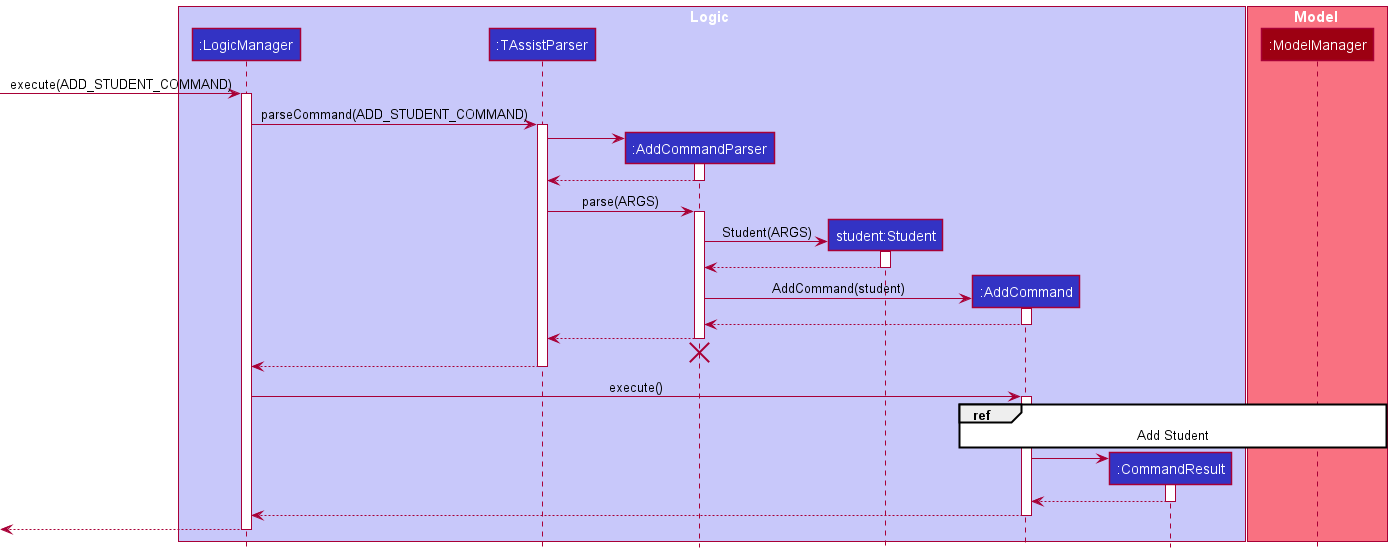
Earlier version of the PlantUML export docs/images/AddSequenceDiagram.png (nus-cs2103-AY2122S2/tp).
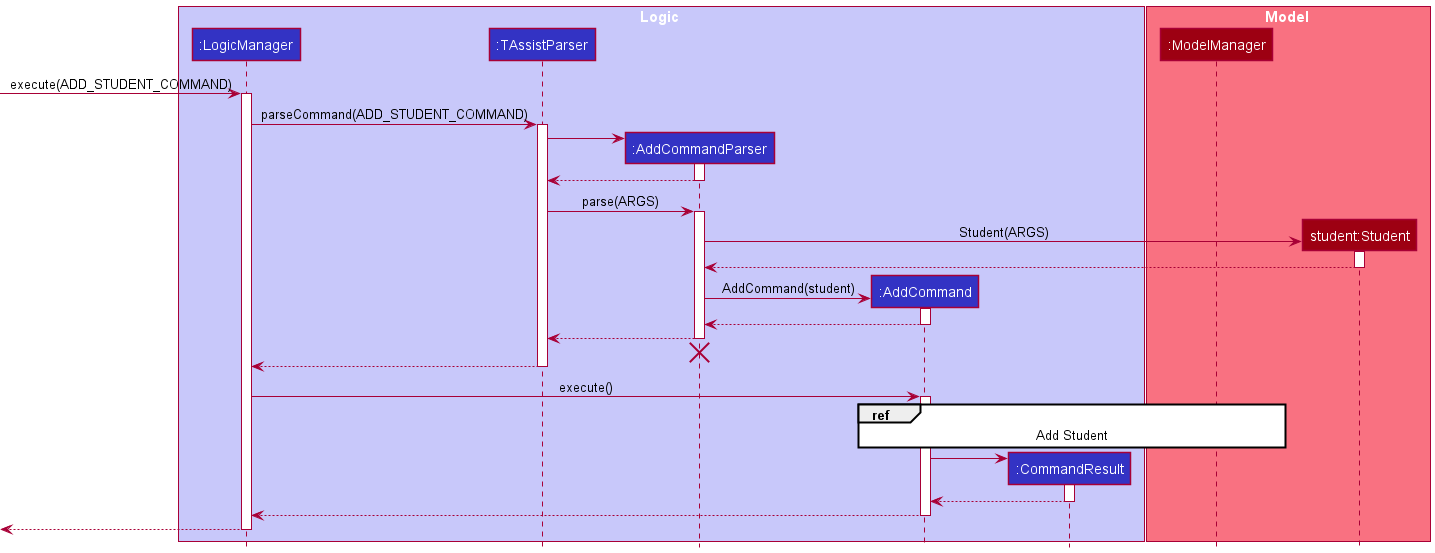
Above is the later version.

Commit message:
Update sequence diagrams methods for add and delete

Diff of the diagram source:
```diff
@@ -5,13 +5,13 @@
 participant ":LogicManager" as LogicManager LOGIC_COLOR
 participant ":TAssistParser" as TAssistParser LOGIC_COLOR
 participant ":AddCommandParser" as AddCommandParser LOGIC_COLOR
-participant "student:Student" as Student LOGIC_COLOR
 participant ":AddCommand" as AddCommand LOGIC_COLOR
 participant ":CommandResult" as CommandResult LOGIC_COLOR
 end box
 
 box Model MODEL_COLOR_T1
 participant ":ModelManager" as ModelManager MODEL_COLOR
+participant "student:Student" as Student MODEL_COLOR
 end box
 
 [-> LogicManager : execute(ADD_STUDENT_COMMAND)
```
